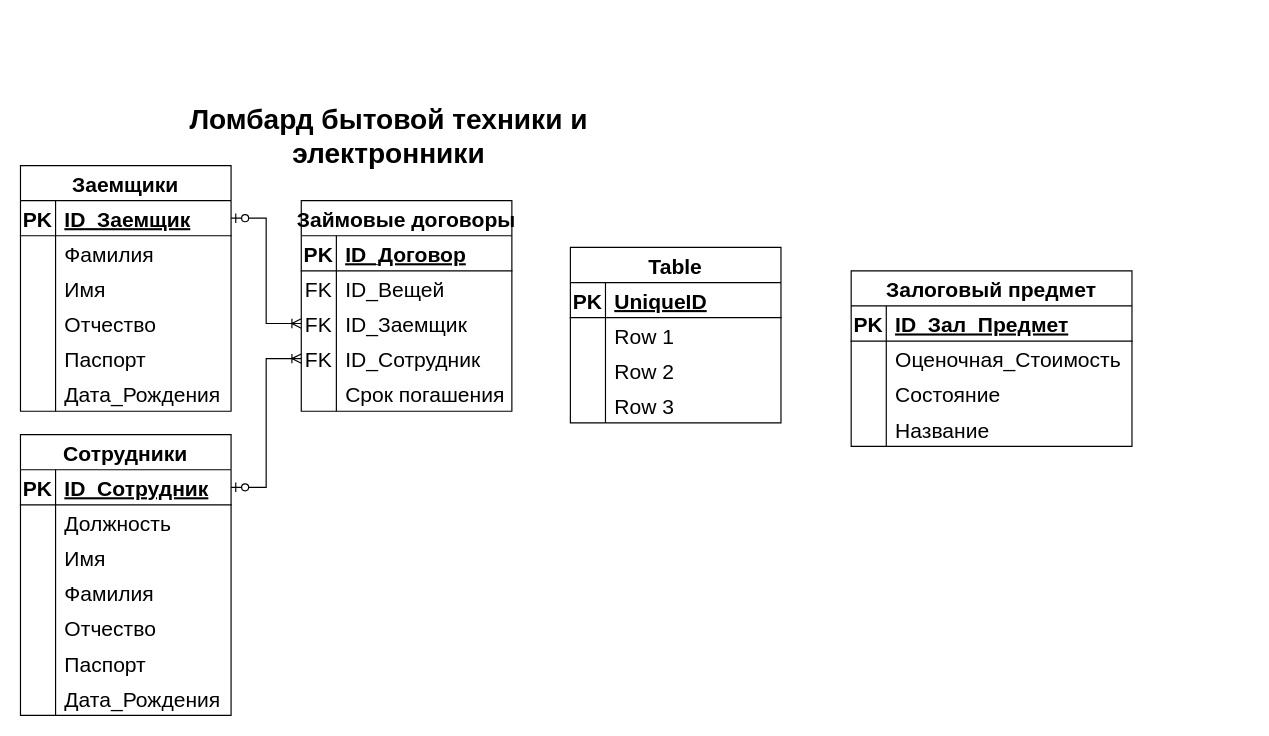
This is Диаграмма без названия.drawio from 1DeMeNToR1/RocketModUpdater_32, a draw.io file, before an edit. Source tidied: cells renumbered, new cells numbered last; positions are measured from the earlier drawing's top-left corner, leaving out a move shared by most shapes. Both pictures are drawn from the tidied source at 117%, with x=0, y=0 at pixel (20, 118).
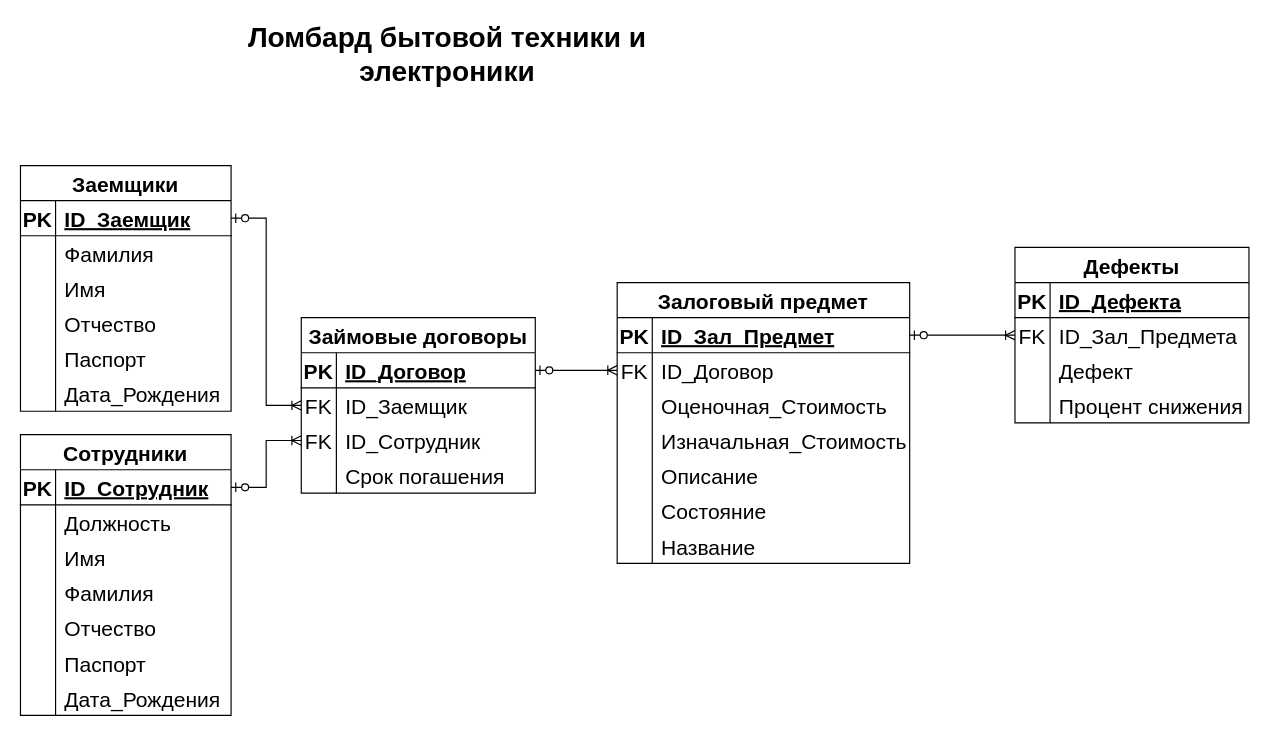
Above is the later version.

The edit, as a diff of the source:
```diff
@@
-    <mxCell id="2" value="&lt;font style=&quot;font-size: 24px;&quot;&gt;&lt;b&gt;Ломбард бытовой техники и электронники&lt;br&gt;&lt;/b&gt;&lt;/font&gt;" style="text;html=1;strokeColor=none;fillColor=none;align=center;verticalAlign=middle;whiteSpace=wrap;rounded=0;" parent="1" vertex="1">
-      <mxGeometry x="80" width="470" height="30" as="geometry" />
+    <mxCell id="2" value="&lt;font style=&quot;font-size: 24px;&quot;&gt;&lt;b&gt;Ломбард бытовой техники и электроники&lt;br&gt;&lt;/b&gt;&lt;/font&gt;" style="text;html=1;strokeColor=none;fillColor=none;align=center;verticalAlign=middle;whiteSpace=wrap;rounded=0;" parent="1" vertex="1">
+      <mxGeometry x="130" y="-70" width="470" height="30" as="geometry" />
     </mxCell>
@@
     <mxCell id="44" value="Займовые договоры" style="shape=table;startSize=30;childLayout=tableLayout;rowLines=0;fontStyle=1;align=center;fontSize=18;" parent="1" vertex="1">
-      <mxGeometry x="240" y="70" width="180" height="180" as="geometry" />
+      <mxGeometry x="240" y="170" width="200" height="150" as="geometry" />
     </mxCell>
     <mxCell id="45" style="shape=tableRow;horizontal=0;startSize=0;swimlaneHead=0;swimlaneBody=0;fillColor=none;points=[[0,0.5],[1,0.5]];portConstraint=eastwest;top=0;left=0;right=0;bottom=1;fontSize=18;" parent="44" vertex="1">
-      <mxGeometry y="30" width="180" height="30" as="geometry" />
+      <mxGeometry y="30" width="200" height="30" as="geometry" />
     </mxCell>
@@
     <mxCell id="47" value="ID_Договор" style="shape=partialRectangle;fillColor=none;top=0;left=0;bottom=0;right=0;align=left;spacingLeft=6;fontStyle=5;overflow=hidden;fontSize=18;" parent="45" vertex="1">
-      <mxGeometry x="30" width="150" height="30" as="geometry" />
+      <mxGeometry x="30" width="170" height="30" as="geometry" />
     </mxCell>
-    <mxCell id="48" style="shape=tableRow;horizontal=0;startSize=0;swimlaneHead=0;swimlaneBody=0;fillColor=none;top=0;left=0;right=0;bottom=0;fontSize=18;" parent="44" vertex="1">
-      <mxGeometry y="60" width="180" height="30" as="geometry" />
-    </mxCell>
-    <mxCell id="49" value="FK" style="shape=partialRectangle;fillColor=none;top=0;left=0;bottom=0;right=0;overflow=hidden;fontSize=18;" parent="48" vertex="1">
-      <mxGeometry width="30" height="30" as="geometry" />
-    </mxCell>
-    <mxCell id="50" value="ID_Вещей" style="shape=partialRectangle;fillColor=none;top=0;left=0;bottom=0;right=0;align=left;spacingLeft=6;overflow=hidden;fontSize=18;" parent="48" vertex="1">
-      <mxGeometry x="30" width="150" height="30" as="geometry" />
-    </mxCell>
     <mxCell id="51" style="shape=tableRow;horizontal=0;startSize=0;swimlaneHead=0;swimlaneBody=0;fillColor=none;points=[[0,0.5],[1,0.5]];portConstraint=eastwest;top=0;left=0;right=0;bottom=0;fontSize=18;" parent="44" vertex="1">
-      <mxGeometry y="90" width="180" height="30" as="geometry" />
+      <mxGeometry y="60" width="200" height="30" as="geometry" />
     </mxCell>
@@
     <mxCell id="53" value="ID_Заемщик" style="shape=partialRectangle;fillColor=none;top=0;left=0;bottom=0;right=0;align=left;spacingLeft=6;overflow=hidden;fontSize=18;" parent="51" vertex="1">
-      <mxGeometry x="30" width="150" height="30" as="geometry" />
+      <mxGeometry x="30" width="170" height="30" as="geometry" />
     </mxCell>
     <mxCell id="54" style="shape=tableRow;horizontal=0;startSize=0;swimlaneHead=0;swimlaneBody=0;fillColor=none;points=[[0,0.5],[1,0.5]];portConstraint=eastwest;top=0;left=0;right=0;bottom=0;fontSize=18;" parent="44" vertex="1">
-      <mxGeometry y="120" width="180" height="30" as="geometry" />
+      <mxGeometry y="90" width="200" height="30" as="geometry" />
     </mxCell>
@@
     <mxCell id="56" value="ID_Сотрудник" style="shape=partialRectangle;fillColor=none;top=0;left=0;bottom=0;right=0;align=left;spacingLeft=6;overflow=hidden;fontSize=18;" parent="54" vertex="1">
-      <mxGeometry x="30" width="150" height="30" as="geometry" />
+      <mxGeometry x="30" width="170" height="30" as="geometry" />
     </mxCell>
     <mxCell id="57" style="shape=tableRow;horizontal=0;startSize=0;swimlaneHead=0;swimlaneBody=0;fillColor=none;top=0;left=0;right=0;bottom=0;fontSize=18;" parent="44" vertex="1">
-      <mxGeometry y="150" width="180" height="30" as="geometry" />
+      <mxGeometry y="120" width="200" height="30" as="geometry" />
     </mxCell>
@@
     <mxCell id="59" value="Срок погашения" style="shape=partialRectangle;fillColor=none;top=0;left=0;bottom=0;right=0;align=left;spacingLeft=6;overflow=hidden;fontSize=18;" parent="57" vertex="1">
-      <mxGeometry x="30" width="150" height="30" as="geometry" />
+      <mxGeometry x="30" width="170" height="30" as="geometry" />
     </mxCell>
     <mxCell id="60" value="Залоговый предмет" style="shape=table;startSize=30;childLayout=tableLayout;rowLines=0;fontStyle=1;align=center;fontSize=18;" parent="1" vertex="1">
-      <mxGeometry x="710" y="130" width="240" height="150" as="geometry" />
+      <mxGeometry x="510" y="140" width="250" height="240" as="geometry" />
     </mxCell>
     <mxCell id="61" style="shape=tableRow;horizontal=0;startSize=0;swimlaneHead=0;swimlaneBody=0;fillColor=none;points=[[0,0.5],[1,0.5]];portConstraint=eastwest;top=0;left=0;right=0;bottom=1;fontSize=18;" parent="60" vertex="1">
-      <mxGeometry y="30" width="240" height="30" as="geometry" />
+      <mxGeometry y="30" width="250" height="30" as="geometry" />
     </mxCell>
@@
     <mxCell id="63" value="ID_Зал_Предмет" style="shape=partialRectangle;fillColor=none;top=0;left=0;bottom=0;right=0;align=left;spacingLeft=6;fontStyle=5;overflow=hidden;fontSize=18;" parent="61" vertex="1">
-      <mxGeometry x="30" width="210" height="30" as="geometry" />
+      <mxGeometry x="30" width="220" height="30" as="geometry" />
     </mxCell>
+    <mxCell id="88" style="shape=tableRow;horizontal=0;startSize=0;swimlaneHead=0;swimlaneBody=0;fillColor=none;points=[[0,0.5],[1,0.5]];portConstraint=eastwest;top=0;left=0;right=0;bottom=0;fontSize=18;" parent="60" vertex="1">
+      <mxGeometry y="60" width="250" height="30" as="geometry" />
+    </mxCell>
+    <mxCell id="89" value="FK" style="shape=partialRectangle;fillColor=none;top=0;left=0;bottom=0;right=0;overflow=hidden;fontSize=18;" parent="88" vertex="1">
+      <mxGeometry width="30" height="30" as="geometry" />
+    </mxCell>
+    <mxCell id="90" value="ID_Договор" style="shape=partialRectangle;fillColor=none;top=0;left=0;bottom=0;right=0;align=left;spacingLeft=6;overflow=hidden;fontSize=18;" parent="88" vertex="1">
+      <mxGeometry x="30" width="220" height="30" as="geometry" />
+    </mxCell>
     <mxCell id="64" style="shape=tableRow;horizontal=0;startSize=0;swimlaneHead=0;swimlaneBody=0;fillColor=none;top=0;left=0;right=0;bottom=0;fontSize=18;" parent="60" vertex="1">
-      <mxGeometry y="60" width="240" height="30" as="geometry" />
+      <mxGeometry y="90" width="250" height="30" as="geometry" />
     </mxCell>
@@
     <mxCell id="66" value="Оценочная_Стоимость" style="shape=partialRectangle;fillColor=none;top=0;left=0;bottom=0;right=0;align=left;spacingLeft=6;overflow=hidden;fontSize=18;" parent="64" vertex="1">
-      <mxGeometry x="30" width="210" height="30" as="geometry" />
+      <mxGeometry x="30" width="220" height="30" as="geometry" />
     </mxCell>
+    <mxCell id="91" style="shape=tableRow;horizontal=0;startSize=0;swimlaneHead=0;swimlaneBody=0;fillColor=none;top=0;left=0;right=0;bottom=0;fontSize=18;" parent="60" vertex="1">
+      <mxGeometry y="120" width="250" height="30" as="geometry" />
+    </mxCell>
+    <mxCell id="92" style="shape=partialRectangle;fillColor=none;top=0;left=0;bottom=0;right=0;overflow=hidden;fontSize=18;" parent="91" vertex="1">
+      <mxGeometry width="30" height="30" as="geometry" />
+    </mxCell>
+    <mxCell id="93" value="Изначальная_Стоимость" style="shape=partialRectangle;fillColor=none;top=0;left=0;bottom=0;right=0;align=left;spacingLeft=6;overflow=hidden;fontSize=18;" parent="91" vertex="1">
+      <mxGeometry x="30" width="220" height="30" as="geometry" />
+    </mxCell>
     <mxCell id="67" style="shape=tableRow;horizontal=0;startSize=0;swimlaneHead=0;swimlaneBody=0;fillColor=none;top=0;left=0;right=0;bottom=0;fontSize=18;" parent="60" vertex="1">
-      <mxGeometry y="90" width="240" height="30" as="geometry" />
+      <mxGeometry y="150" width="250" height="30" as="geometry" />
     </mxCell>
@@
-    <mxCell id="69" value="Состояние" style="shape=partialRectangle;fillColor=none;top=0;left=0;bottom=0;right=0;align=left;spacingLeft=6;overflow=hidden;fontSize=18;" parent="67" vertex="1">
-      <mxGeometry x="30" width="210" height="30" as="geometry" />
+    <mxCell id="69" value="Описание" style="shape=partialRectangle;fillColor=none;top=0;left=0;bottom=0;right=0;align=left;spacingLeft=6;overflow=hidden;fontSize=18;" parent="67" vertex="1">
+      <mxGeometry x="30" width="220" height="30" as="geometry" />
     </mxCell>
+    <mxCell id="94" style="shape=tableRow;horizontal=0;startSize=0;swimlaneHead=0;swimlaneBody=0;fillColor=none;top=0;left=0;right=0;bottom=0;fontSize=18;" parent="60" vertex="1">
+      <mxGeometry y="180" width="250" height="30" as="geometry" />
+    </mxCell>
+    <mxCell id="95" style="shape=partialRectangle;fillColor=none;top=0;left=0;bottom=0;right=0;overflow=hidden;fontSize=18;" parent="94" vertex="1">
+      <mxGeometry width="30" height="30" as="geometry" />
+    </mxCell>
+    <mxCell id="96" value="Состояние" style="shape=partialRectangle;fillColor=none;top=0;left=0;bottom=0;right=0;align=left;spacingLeft=6;overflow=hidden;fontSize=18;" parent="94" vertex="1">
+      <mxGeometry x="30" width="220" height="30" as="geometry" />
+    </mxCell>
     <mxCell id="70" style="shape=tableRow;horizontal=0;startSize=0;swimlaneHead=0;swimlaneBody=0;fillColor=none;top=0;left=0;right=0;bottom=0;fontSize=18;" parent="60" vertex="1">
-      <mxGeometry y="120" width="240" height="30" as="geometry" />
+      <mxGeometry y="210" width="250" height="30" as="geometry" />
     </mxCell>
@@
     <mxCell id="72" value="Название" style="shape=partialRectangle;fillColor=none;top=0;left=0;bottom=0;right=0;align=left;spacingLeft=6;overflow=hidden;fontSize=18;" parent="70" vertex="1">
-      <mxGeometry x="30" width="210" height="30" as="geometry" />
+      <mxGeometry x="30" width="220" height="30" as="geometry" />
     </mxCell>
@@
-    <mxCell id="75" value="Table" style="shape=table;startSize=30;childLayout=tableLayout;rowLines=0;fontStyle=1;align=center;fontSize=18;" parent="1" vertex="1">
-      <mxGeometry x="470" y="110" width="180" height="150" as="geometry" />
-    </mxCell>
-    <mxCell id="76" style="shape=tableRow;horizontal=0;startSize=0;swimlaneHead=0;swimlaneBody=0;fillColor=none;top=0;left=0;right=0;bottom=1;fontSize=18;" parent="75" vertex="1">
-      <mxGeometry y="30" width="180" height="30" as="geometry" />
-    </mxCell>
+    <mxCell id="97" style="edgeStyle=entityRelationEdgeStyle;fontSize=12;html=1;endArrow=ERoneToMany;startArrow=ERzeroToOne;rounded=0;exitX=1;exitY=0.5;exitDx=0;exitDy=0;entryX=0;entryY=0.5;entryDx=0;entryDy=0;" parent="1" edge="1" source="45" target="88">
+      <mxGeometry relative="1" as="geometry" />
+    </mxCell>
+    <mxCell id="98" value="Дефекты" style="shape=table;startSize=30;childLayout=tableLayout;rowLines=0;fontStyle=1;align=center;fontSize=18;" parent="1" vertex="1">
+      <mxGeometry x="850" y="110" width="200" height="150" as="geometry" />
+    </mxCell>
+    <mxCell id="99" style="shape=tableRow;horizontal=0;startSize=0;swimlaneHead=0;swimlaneBody=0;fillColor=none;top=0;left=0;right=0;bottom=1;fontSize=18;" parent="98" vertex="1">
+      <mxGeometry y="30" width="200" height="30" as="geometry" />
+    </mxCell>
-    <mxCell id="77" value="PK" style="shape=partialRectangle;fillColor=none;top=0;left=0;bottom=0;right=0;fontStyle=1;overflow=hidden;fontSize=18;" parent="76" vertex="1">
+    <mxCell id="77" value="PK" style="shape=partialRectangle;fillColor=none;top=0;left=0;bottom=0;right=0;fontStyle=1;overflow=hidden;fontSize=18;" parent="99" vertex="1">
       <mxGeometry width="30" height="30" as="geometry" />
     </mxCell>
-    <mxCell id="78" value="UniqueID" style="shape=partialRectangle;fillColor=none;top=0;left=0;bottom=0;right=0;align=left;spacingLeft=6;fontStyle=5;overflow=hidden;fontSize=18;" parent="76" vertex="1">
-      <mxGeometry x="30" width="150" height="30" as="geometry" />
-    </mxCell>
-    <mxCell id="79" style="shape=tableRow;horizontal=0;startSize=0;swimlaneHead=0;swimlaneBody=0;fillColor=none;top=0;left=0;right=0;bottom=0;fontSize=18;" parent="75" vertex="1">
-      <mxGeometry y="60" width="180" height="30" as="geometry" />
-    </mxCell>
-    <mxCell id="80" style="shape=partialRectangle;fillColor=none;top=0;left=0;bottom=0;right=0;overflow=hidden;fontSize=18;" parent="79" vertex="1">
-      <mxGeometry width="30" height="30" as="geometry" />
-    </mxCell>
-    <mxCell id="81" value="Row 1" style="shape=partialRectangle;fillColor=none;top=0;left=0;bottom=0;right=0;align=left;spacingLeft=6;overflow=hidden;fontSize=18;" parent="79" vertex="1">
-      <mxGeometry x="30" width="150" height="30" as="geometry" />
-    </mxCell>
-    <mxCell id="82" style="shape=tableRow;horizontal=0;startSize=0;swimlaneHead=0;swimlaneBody=0;fillColor=none;top=0;left=0;right=0;bottom=0;fontSize=18;" parent="75" vertex="1">
-      <mxGeometry y="90" width="180" height="30" as="geometry" />
-    </mxCell>
-    <mxCell id="83" style="shape=partialRectangle;fillColor=none;top=0;left=0;bottom=0;right=0;overflow=hidden;fontSize=18;" parent="82" vertex="1">
-      <mxGeometry width="30" height="30" as="geometry" />
-    </mxCell>
-    <mxCell id="84" value="Row 2" style="shape=partialRectangle;fillColor=none;top=0;left=0;bottom=0;right=0;align=left;spacingLeft=6;overflow=hidden;fontSize=18;" parent="82" vertex="1">
-      <mxGeometry x="30" width="150" height="30" as="geometry" />
-    </mxCell>
-    <mxCell id="85" style="shape=tableRow;horizontal=0;startSize=0;swimlaneHead=0;swimlaneBody=0;fillColor=none;top=0;left=0;right=0;bottom=0;fontSize=18;" parent="75" vertex="1">
-      <mxGeometry y="120" width="180" height="30" as="geometry" />
-    </mxCell>
-    <mxCell id="86" style="shape=partialRectangle;fillColor=none;top=0;left=0;bottom=0;right=0;overflow=hidden;fontSize=18;" parent="85" vertex="1">
-      <mxGeometry width="30" height="30" as="geometry" />
-    </mxCell>
-    <mxCell id="87" value="Row 3" style="shape=partialRectangle;fillColor=none;top=0;left=0;bottom=0;right=0;align=left;spacingLeft=6;overflow=hidden;fontSize=18;" parent="85" vertex="1">
-      <mxGeometry x="30" width="150" height="30" as="geometry" />
-    </mxCell>
+    <mxCell id="100" value="ID_Дефекта" style="shape=partialRectangle;fillColor=none;top=0;left=0;bottom=0;right=0;align=left;spacingLeft=6;fontStyle=5;overflow=hidden;fontSize=18;" parent="99" vertex="1">
+      <mxGeometry x="30" width="170" height="30" as="geometry" />
+    </mxCell>
+    <mxCell id="101" style="shape=tableRow;horizontal=0;startSize=0;swimlaneHead=0;swimlaneBody=0;fillColor=none;points=[[0,0.5],[1,0.5]];portConstraint=eastwest;top=0;left=0;right=0;bottom=0;fontSize=18;" parent="98" vertex="1">
+      <mxGeometry y="60" width="200" height="30" as="geometry" />
+    </mxCell>
+    <mxCell id="102" value="FK" style="shape=partialRectangle;fillColor=none;top=0;left=0;bottom=0;right=0;overflow=hidden;fontSize=18;" parent="101" vertex="1">
+      <mxGeometry width="30" height="30" as="geometry" />
+    </mxCell>
+    <mxCell id="103" value="ID_Зал_Предмета" style="shape=partialRectangle;fillColor=none;top=0;left=0;bottom=0;right=0;align=left;spacingLeft=6;overflow=hidden;fontSize=18;" parent="101" vertex="1">
+      <mxGeometry x="30" width="170" height="30" as="geometry" />
+    </mxCell>
+    <mxCell id="104" style="shape=tableRow;horizontal=0;startSize=0;swimlaneHead=0;swimlaneBody=0;fillColor=none;top=0;left=0;right=0;bottom=0;fontSize=18;" parent="98" vertex="1">
+      <mxGeometry y="90" width="200" height="30" as="geometry" />
+    </mxCell>
+    <mxCell id="105" style="shape=partialRectangle;fillColor=none;top=0;left=0;bottom=0;right=0;overflow=hidden;fontSize=18;" parent="104" vertex="1">
+      <mxGeometry width="30" height="30" as="geometry" />
+    </mxCell>
+    <mxCell id="106" value="Дефект" style="shape=partialRectangle;fillColor=none;top=0;left=0;bottom=0;right=0;align=left;spacingLeft=6;overflow=hidden;fontSize=18;" parent="104" vertex="1">
+      <mxGeometry x="30" width="170" height="30" as="geometry" />
+    </mxCell>
+    <mxCell id="107" style="shape=tableRow;horizontal=0;startSize=0;swimlaneHead=0;swimlaneBody=0;fillColor=none;top=0;left=0;right=0;bottom=0;fontSize=18;" parent="98" vertex="1">
+      <mxGeometry y="120" width="200" height="30" as="geometry" />
+    </mxCell>
+    <mxCell id="108" style="shape=partialRectangle;fillColor=none;top=0;left=0;bottom=0;right=0;overflow=hidden;fontSize=18;" parent="107" vertex="1">
+      <mxGeometry width="30" height="30" as="geometry" />
+    </mxCell>
+    <mxCell id="109" value="Процент снижения" style="shape=partialRectangle;fillColor=none;top=0;left=0;bottom=0;right=0;align=left;spacingLeft=6;overflow=hidden;fontSize=18;" parent="107" vertex="1">
+      <mxGeometry x="30" width="170" height="30" as="geometry" />
+    </mxCell>
+    <mxCell id="110" style="edgeStyle=entityRelationEdgeStyle;fontSize=12;html=1;endArrow=ERoneToMany;startArrow=ERzeroToOne;rounded=0;exitX=1;exitY=0.5;exitDx=0;exitDy=0;entryX=0;entryY=0.5;entryDx=0;entryDy=0;" parent="1" edge="1" source="61" target="101">
+      <mxGeometry relative="1" as="geometry" />
+    </mxCell>
```
